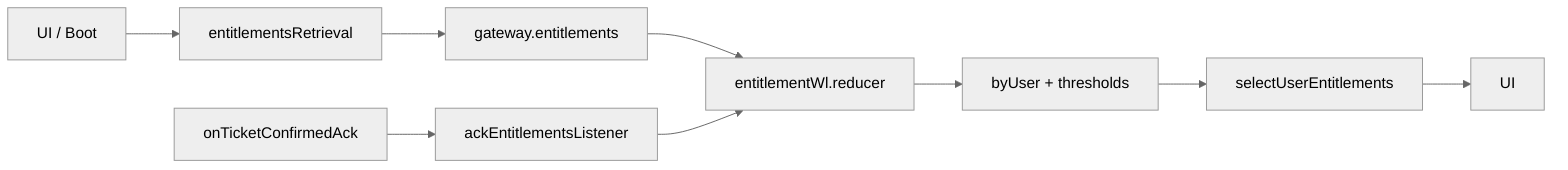
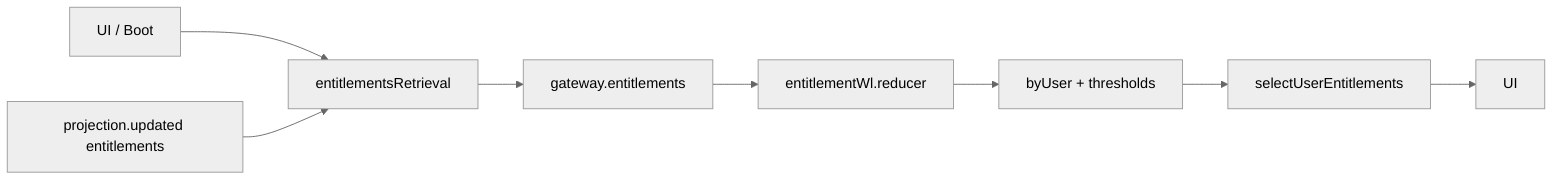
%% Entitlement flow
%%{init: {"theme": "neutral"}}%%
flowchart LR
    Intent[UI / Boot] --> Retrieval[entitlementsRetrieval]
    Retrieval --> Gateway[gateway.entitlements]
    Gateway --> Reducer[entitlementWl.reducer]
    Reducer --> State[byUser + thresholds]
-     TicketAck[onTicketConfirmedAck] --> Listener[ackEntitlementsListener]
-     Listener --> Reducer
+     SSE[projection.updated entitlements] --> Retrieval
    State --> Selector[selectUserEntitlements]
    Selector --> UI
